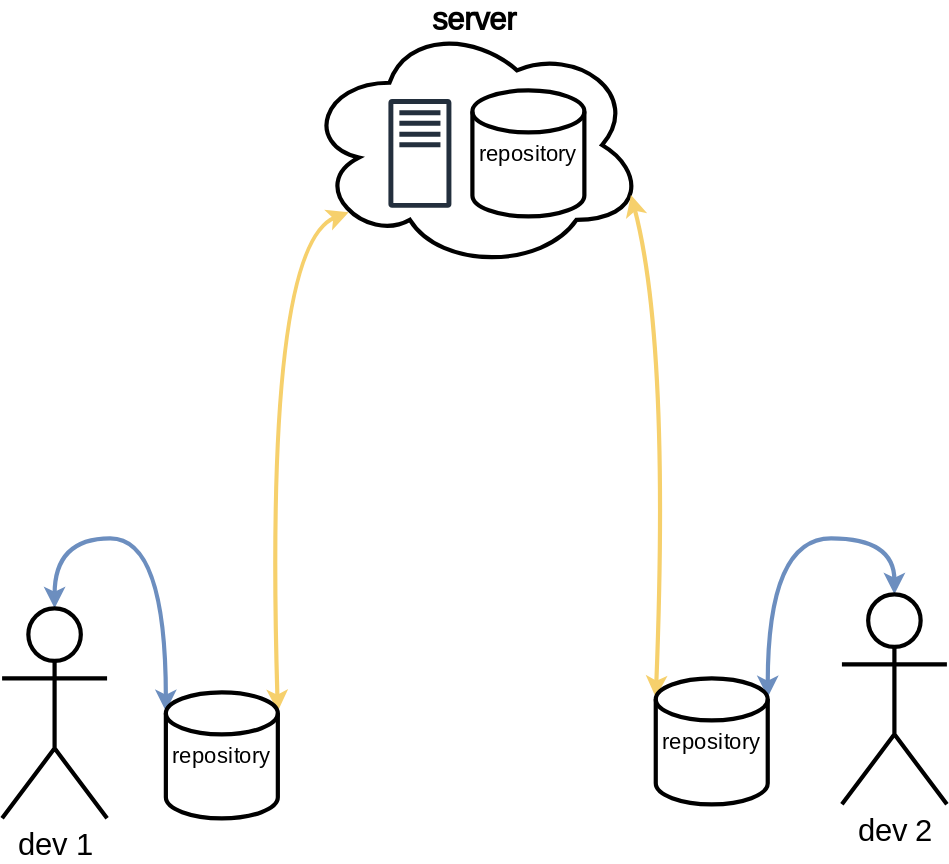
Before: public/vcs-comparison-decentralized.svg, a diagram exported from draw.io (tvannoy/intro-to-git). Source tidied: cells renumbered, new cells last; positions are measured from the earlier drawing's top-left corner, leaving out a move shared by most shapes. Source of this version:
```xml
<mxGraphModel>
  <root>
    <mxCell id="0" />
    <mxCell id="1" parent="0" />
    <mxCell id="2" style="group;" parent="1" vertex="1">
      <mxGeometry x="216" width="243" height="178" as="geometry" />
    </mxCell>
    <mxCell id="3" value="server" style="ellipse;shape=cloud;whiteSpace=wrap;html=1;fillColor=none;strokeWidth=3;fontSize=22;fontFamily=Source Sans Pro;fontSource=https%3A%2F%2Ffonts.googleapis.com%2Fcss%3Ffamily%3DSource%2BSans%2BPro;labelPosition=center;verticalLabelPosition=top;align=center;verticalAlign=bottom;fontStyle=1;spacingBottom=-15;" parent="2" vertex="1">
      <mxGeometry width="243" height="178" as="geometry" />
    </mxCell>
    <mxCell id="4" style="sketch=0;fontColor=#232F3E;gradientColor=none;fillColor=#232F3D;strokeColor=none;dashed=0;verticalLabelPosition=bottom;verticalAlign=top;align=center;html=1;fontSize=12;fontStyle=0;shape=mxgraph.aws4.traditional_server;" parent="2" vertex="1">
      <mxGeometry x="60" y="56" width="45" height="78" as="geometry" />
    </mxCell>
    <mxCell id="5" value="repository" style="strokeWidth=3;html=1;shape=mxgraph.flowchart.database;whiteSpace=wrap;fillColor=none;fontFamily=Source Sans Pro;fontSource=https%3A%2F%2Ffonts.googleapis.com%2Fcss%3Ffamily%3DSource%2BSans%2BPro;fontSize=16;" parent="2" vertex="1">
      <mxGeometry x="120" y="50" width="80" height="90" as="geometry" />
    </mxCell>
    <mxCell id="6" style="jettySize=auto;html=1;exitX=1;exitY=0.15;exitDx=0;exitDy=0;exitPerimeter=0;entryX=0.13;entryY=0.77;entryDx=0;entryDy=0;entryPerimeter=0;fontFamily=Source Sans Pro;fontSource=https%3A%2F%2Ffonts.googleapis.com%2Fcss%3Ffamily%3DSource%2BSans%2BPro;fontSize=22;strokeColor=#F6D06C;targetPerimeterSpacing=-31;sourcePerimeterSpacing=0;strokeWidth=3;shadow=0;sketch=0;startArrow=classic;startFill=1;curved=1;endSize=6;" parent="1" edge="1" source="12" target="3">
      <mxGeometry relative="1" as="geometry">
        <Array as="points">
          <mxPoint x="187" y="160" />
        </Array>
      </mxGeometry>
    </mxCell>
    <mxCell id="7" style="edgeStyle=orthogonalEdgeStyle;curved=1;sketch=0;jettySize=auto;html=1;exitX=0.5;exitY=0;exitDx=0;exitDy=0;exitPerimeter=0;entryX=0;entryY=0.15;entryDx=0;entryDy=0;entryPerimeter=0;shadow=0;strokeColor=#6c8ebf;strokeWidth=3;fontFamily=Source Sans Pro;fontSource=https%3A%2F%2Ffonts.googleapis.com%2Fcss%3Ffamily%3DSource%2BSans%2BPro;fontSize=22;startArrow=classic;startFill=1;endSize=6;sourcePerimeterSpacing=0;targetPerimeterSpacing=-31;fillColor=#dae8fc;" parent="1" edge="1" source="8" target="12">
      <mxGeometry relative="1" as="geometry">
        <Array as="points">
          <mxPoint x="38" y="370" />
          <mxPoint x="117" y="370" />
        </Array>
      </mxGeometry>
    </mxCell>
    <mxCell id="8" value="dev 1" style="shape=umlActor;verticalLabelPosition=bottom;verticalAlign=top;html=1;outlineConnect=0;strokeWidth=3;fontFamily=Source Sans Pro;fontSource=https%3A%2F%2Ffonts.googleapis.com%2Fcss%3Ffamily%3DSource%2BSans%2BPro;fontSize=22;fillColor=none;" parent="1" vertex="1">
      <mxGeometry y="420" width="75" height="150" as="geometry" />
    </mxCell>
    <mxCell id="9" style="edgeStyle=none;curved=1;sketch=0;jettySize=auto;html=1;exitX=0;exitY=0.15;exitDx=0;exitDy=0;exitPerimeter=0;entryX=0.96;entryY=0.7;entryDx=0;entryDy=0;entryPerimeter=0;shadow=0;strokeColor=#F6D06C;strokeWidth=3;fontFamily=Source Sans Pro;fontSource=https%3A%2F%2Ffonts.googleapis.com%2Fcss%3Ffamily%3DSource%2BSans%2BPro;fontSize=22;startArrow=classic;startFill=1;endSize=6;sourcePerimeterSpacing=0;targetPerimeterSpacing=-31;" parent="1" edge="1" source="13" target="3">
      <mxGeometry relative="1" as="geometry">
        <Array as="points">
          <mxPoint x="477" y="230" />
        </Array>
      </mxGeometry>
    </mxCell>
    <mxCell id="10" style="edgeStyle=orthogonalEdgeStyle;curved=1;sketch=0;jettySize=auto;html=1;exitX=0.5;exitY=0;exitDx=0;exitDy=0;exitPerimeter=0;entryX=1;entryY=0.15;entryDx=0;entryDy=0;entryPerimeter=0;shadow=0;strokeColor=#6c8ebf;strokeWidth=3;fontFamily=Source Sans Pro;fontSource=https%3A%2F%2Ffonts.googleapis.com%2Fcss%3Ffamily%3DSource%2BSans%2BPro;fontSize=22;startArrow=classic;startFill=1;endSize=6;sourcePerimeterSpacing=0;targetPerimeterSpacing=-31;fillColor=#dae8fc;" parent="1" edge="1" source="11" target="13">
      <mxGeometry relative="1" as="geometry">
        <Array as="points">
          <mxPoint x="638" y="370" />
          <mxPoint x="547" y="370" />
        </Array>
      </mxGeometry>
    </mxCell>
    <mxCell id="11" value="dev 2" style="shape=umlActor;verticalLabelPosition=bottom;verticalAlign=top;html=1;outlineConnect=0;strokeWidth=3;fontFamily=Source Sans Pro;fontSource=https%3A%2F%2Ffonts.googleapis.com%2Fcss%3Ffamily%3DSource%2BSans%2BPro;fontSize=22;fillColor=none;" parent="1" vertex="1">
      <mxGeometry x="600" y="410" width="75" height="150" as="geometry" />
    </mxCell>
    <mxCell id="12" value="repository" style="strokeWidth=3;html=1;shape=mxgraph.flowchart.database;whiteSpace=wrap;fillColor=none;fontFamily=Source Sans Pro;fontSource=https%3A%2F%2Ffonts.googleapis.com%2Fcss%3Ffamily%3DSource%2BSans%2BPro;fontSize=16;" parent="1" vertex="1">
      <mxGeometry x="117" y="480" width="80" height="90" as="geometry" />
    </mxCell>
    <mxCell id="13" value="repository" style="strokeWidth=3;html=1;shape=mxgraph.flowchart.database;whiteSpace=wrap;fillColor=none;fontFamily=Source Sans Pro;fontSource=https%3A%2F%2Ffonts.googleapis.com%2Fcss%3Ffamily%3DSource%2BSans%2BPro;fontSize=16;" parent="1" vertex="1">
      <mxGeometry x="467" y="470" width="80" height="90" as="geometry" />
    </mxCell>
  </root>
</mxGraphModel>
```
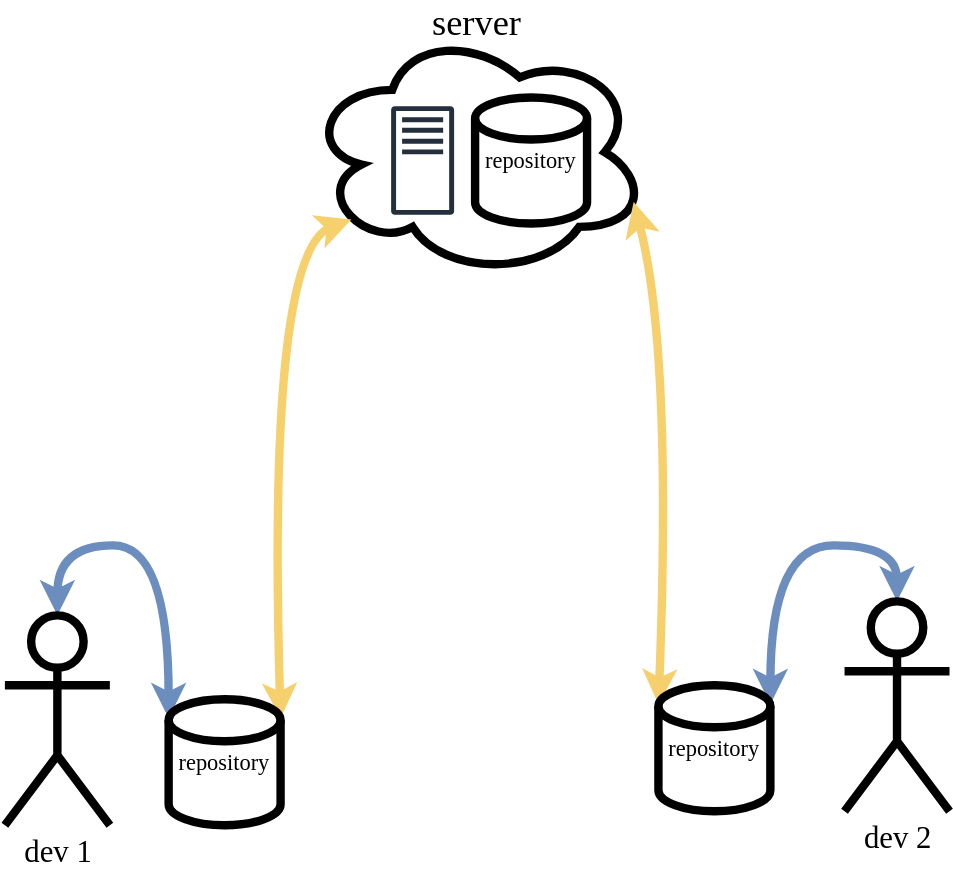
The same file after the commit.

Commit message:
make vcs comparison figure bolder

The edit, as a diff of the source:
```diff
@@ -2,26 +2,26 @@
   <root>
     <mxCell id="0" />
     <mxCell id="1" parent="0" />
-    <mxCell id="2" style="group;" parent="1" vertex="1">
+    <mxCell id="2" style="group;strokeWidth=6;" parent="1" vertex="1">
       <mxGeometry x="216" width="243" height="178" as="geometry" />
     </mxCell>
-    <mxCell id="3" value="server" style="ellipse;shape=cloud;whiteSpace=wrap;html=1;fillColor=none;strokeWidth=3;fontSize=22;fontFamily=Source Sans Pro;fontSource=https%3A%2F%2Ffonts.googleapis.com%2Fcss%3Ffamily%3DSource%2BSans%2BPro;labelPosition=center;verticalLabelPosition=top;align=center;verticalAlign=bottom;fontStyle=1;spacingBottom=-15;" parent="2" vertex="1">
+    <mxCell id="3" value="&lt;font style=&quot;font-size: 26px; font-weight: normal;&quot;&gt;server&lt;/font&gt;" style="ellipse;shape=cloud;whiteSpace=wrap;html=1;fillColor=none;strokeWidth=6;fontSize=22;fontFamily=Source Sans Pro;fontSource=https%3A%2F%2Ffonts.googleapis.com%2Fcss%3Ffamily%3DSource%2BSans%2BPro;labelPosition=center;verticalLabelPosition=top;align=center;verticalAlign=bottom;fontStyle=1;spacingBottom=-15;" parent="2" vertex="1">
       <mxGeometry width="243" height="178" as="geometry" />
     </mxCell>
-    <mxCell id="4" style="sketch=0;fontColor=#232F3E;gradientColor=none;fillColor=#232F3D;strokeColor=none;dashed=0;verticalLabelPosition=bottom;verticalAlign=top;align=center;html=1;fontSize=12;fontStyle=0;shape=mxgraph.aws4.traditional_server;" parent="2" vertex="1">
+    <mxCell id="4" style="sketch=0;fontColor=#232F3E;gradientColor=none;fillColor=#232F3D;strokeColor=none;dashed=0;verticalLabelPosition=bottom;verticalAlign=top;align=center;html=1;fontSize=12;fontStyle=0;shape=mxgraph.aws4.traditional_server;strokeWidth=6;" parent="2" vertex="1">
       <mxGeometry x="60" y="56" width="45" height="78" as="geometry" />
     </mxCell>
-    <mxCell id="5" value="repository" style="strokeWidth=3;html=1;shape=mxgraph.flowchart.database;whiteSpace=wrap;fillColor=none;fontFamily=Source Sans Pro;fontSource=https%3A%2F%2Ffonts.googleapis.com%2Fcss%3Ffamily%3DSource%2BSans%2BPro;fontSize=16;" parent="2" vertex="1">
+    <mxCell id="5" value="repository" style="strokeWidth=6;html=1;shape=mxgraph.flowchart.database;whiteSpace=wrap;fillColor=none;fontFamily=Source Sans Pro;fontSource=https%3A%2F%2Ffonts.googleapis.com%2Fcss%3Ffamily%3DSource%2BSans%2BPro;fontSize=16;" parent="2" vertex="1">
       <mxGeometry x="120" y="50" width="80" height="90" as="geometry" />
     </mxCell>
-    <mxCell id="6" style="jettySize=auto;html=1;exitX=1;exitY=0.15;exitDx=0;exitDy=0;exitPerimeter=0;entryX=0.13;entryY=0.77;entryDx=0;entryDy=0;entryPerimeter=0;fontFamily=Source Sans Pro;fontSource=https%3A%2F%2Ffonts.googleapis.com%2Fcss%3Ffamily%3DSource%2BSans%2BPro;fontSize=22;strokeColor=#F6D06C;targetPerimeterSpacing=-31;sourcePerimeterSpacing=0;strokeWidth=3;shadow=0;sketch=0;startArrow=classic;startFill=1;curved=1;endSize=6;" parent="1" edge="1" source="12" target="3">
+    <mxCell id="6" style="jettySize=auto;html=1;exitX=1;exitY=0.15;exitDx=0;exitDy=0;exitPerimeter=0;entryX=0.13;entryY=0.77;entryDx=0;entryDy=0;entryPerimeter=0;fontFamily=Source Sans Pro;fontSource=https%3A%2F%2Ffonts.googleapis.com%2Fcss%3Ffamily%3DSource%2BSans%2BPro;fontSize=22;strokeColor=#F6D06C;targetPerimeterSpacing=-31;sourcePerimeterSpacing=0;strokeWidth=6;shadow=0;sketch=0;startArrow=classic;startFill=1;curved=1;endSize=6;" parent="1" edge="1" source="12" target="3">
       <mxGeometry relative="1" as="geometry">
         <Array as="points">
           <mxPoint x="187" y="160" />
         </Array>
       </mxGeometry>
     </mxCell>
-    <mxCell id="7" style="edgeStyle=orthogonalEdgeStyle;curved=1;sketch=0;jettySize=auto;html=1;exitX=0.5;exitY=0;exitDx=0;exitDy=0;exitPerimeter=0;entryX=0;entryY=0.15;entryDx=0;entryDy=0;entryPerimeter=0;shadow=0;strokeColor=#6c8ebf;strokeWidth=3;fontFamily=Source Sans Pro;fontSource=https%3A%2F%2Ffonts.googleapis.com%2Fcss%3Ffamily%3DSource%2BSans%2BPro;fontSize=22;startArrow=classic;startFill=1;endSize=6;sourcePerimeterSpacing=0;targetPerimeterSpacing=-31;fillColor=#dae8fc;" parent="1" edge="1" source="8" target="12">
+    <mxCell id="7" style="edgeStyle=orthogonalEdgeStyle;curved=1;sketch=0;jettySize=auto;html=1;exitX=0.5;exitY=0;exitDx=0;exitDy=0;exitPerimeter=0;entryX=0;entryY=0.15;entryDx=0;entryDy=0;entryPerimeter=0;shadow=0;strokeColor=#6c8ebf;strokeWidth=6;fontFamily=Source Sans Pro;fontSource=https%3A%2F%2Ffonts.googleapis.com%2Fcss%3Ffamily%3DSource%2BSans%2BPro;fontSize=22;startArrow=classic;startFill=1;endSize=6;sourcePerimeterSpacing=0;targetPerimeterSpacing=-31;fillColor=#dae8fc;" parent="1" edge="1" source="8" target="12">
       <mxGeometry relative="1" as="geometry">
         <Array as="points">
           <mxPoint x="38" y="370" />
@@ -29,17 +29,17 @@
         </Array>
       </mxGeometry>
     </mxCell>
-    <mxCell id="8" value="dev 1" style="shape=umlActor;verticalLabelPosition=bottom;verticalAlign=top;html=1;outlineConnect=0;strokeWidth=3;fontFamily=Source Sans Pro;fontSource=https%3A%2F%2Ffonts.googleapis.com%2Fcss%3Ffamily%3DSource%2BSans%2BPro;fontSize=22;fillColor=none;" parent="1" vertex="1">
+    <mxCell id="8" value="dev 1" style="shape=umlActor;verticalLabelPosition=bottom;verticalAlign=top;html=1;outlineConnect=0;strokeWidth=6;fontFamily=Source Sans Pro;fontSource=https%3A%2F%2Ffonts.googleapis.com%2Fcss%3Ffamily%3DSource%2BSans%2BPro;fontSize=22;fillColor=none;" parent="1" vertex="1">
       <mxGeometry y="420" width="75" height="150" as="geometry" />
     </mxCell>
-    <mxCell id="9" style="edgeStyle=none;curved=1;sketch=0;jettySize=auto;html=1;exitX=0;exitY=0.15;exitDx=0;exitDy=0;exitPerimeter=0;entryX=0.96;entryY=0.7;entryDx=0;entryDy=0;entryPerimeter=0;shadow=0;strokeColor=#F6D06C;strokeWidth=3;fontFamily=Source Sans Pro;fontSource=https%3A%2F%2Ffonts.googleapis.com%2Fcss%3Ffamily%3DSource%2BSans%2BPro;fontSize=22;startArrow=classic;startFill=1;endSize=6;sourcePerimeterSpacing=0;targetPerimeterSpacing=-31;" parent="1" edge="1" source="13" target="3">
+    <mxCell id="9" style="edgeStyle=none;curved=1;sketch=0;jettySize=auto;html=1;exitX=0;exitY=0.15;exitDx=0;exitDy=0;exitPerimeter=0;entryX=0.96;entryY=0.7;entryDx=0;entryDy=0;entryPerimeter=0;shadow=0;strokeColor=#F6D06C;strokeWidth=6;fontFamily=Source Sans Pro;fontSource=https%3A%2F%2Ffonts.googleapis.com%2Fcss%3Ffamily%3DSource%2BSans%2BPro;fontSize=22;startArrow=classic;startFill=1;endSize=6;sourcePerimeterSpacing=0;targetPerimeterSpacing=-31;" parent="1" edge="1" source="13" target="3">
       <mxGeometry relative="1" as="geometry">
         <Array as="points">
           <mxPoint x="477" y="230" />
         </Array>
       </mxGeometry>
     </mxCell>
-    <mxCell id="10" style="edgeStyle=orthogonalEdgeStyle;curved=1;sketch=0;jettySize=auto;html=1;exitX=0.5;exitY=0;exitDx=0;exitDy=0;exitPerimeter=0;entryX=1;entryY=0.15;entryDx=0;entryDy=0;entryPerimeter=0;shadow=0;strokeColor=#6c8ebf;strokeWidth=3;fontFamily=Source Sans Pro;fontSource=https%3A%2F%2Ffonts.googleapis.com%2Fcss%3Ffamily%3DSource%2BSans%2BPro;fontSize=22;startArrow=classic;startFill=1;endSize=6;sourcePerimeterSpacing=0;targetPerimeterSpacing=-31;fillColor=#dae8fc;" parent="1" edge="1" source="11" target="13">
+    <mxCell id="10" style="edgeStyle=orthogonalEdgeStyle;curved=1;sketch=0;jettySize=auto;html=1;exitX=0.5;exitY=0;exitDx=0;exitDy=0;exitPerimeter=0;entryX=1;entryY=0.15;entryDx=0;entryDy=0;entryPerimeter=0;shadow=0;strokeColor=#6c8ebf;strokeWidth=6;fontFamily=Source Sans Pro;fontSource=https%3A%2F%2Ffonts.googleapis.com%2Fcss%3Ffamily%3DSource%2BSans%2BPro;fontSize=22;startArrow=classic;startFill=1;endSize=6;sourcePerimeterSpacing=0;targetPerimeterSpacing=-31;fillColor=#dae8fc;" parent="1" edge="1" source="11" target="13">
       <mxGeometry relative="1" as="geometry">
         <Array as="points">
           <mxPoint x="638" y="370" />
@@ -47,13 +47,13 @@
         </Array>
       </mxGeometry>
     </mxCell>
-    <mxCell id="11" value="dev 2" style="shape=umlActor;verticalLabelPosition=bottom;verticalAlign=top;html=1;outlineConnect=0;strokeWidth=3;fontFamily=Source Sans Pro;fontSource=https%3A%2F%2Ffonts.googleapis.com%2Fcss%3Ffamily%3DSource%2BSans%2BPro;fontSize=22;fillColor=none;" parent="1" vertex="1">
+    <mxCell id="11" value="dev 2" style="shape=umlActor;verticalLabelPosition=bottom;verticalAlign=top;html=1;outlineConnect=0;strokeWidth=6;fontFamily=Source Sans Pro;fontSource=https%3A%2F%2Ffonts.googleapis.com%2Fcss%3Ffamily%3DSource%2BSans%2BPro;fontSize=22;fillColor=none;" parent="1" vertex="1">
       <mxGeometry x="600" y="410" width="75" height="150" as="geometry" />
     </mxCell>
-    <mxCell id="12" value="repository" style="strokeWidth=3;html=1;shape=mxgraph.flowchart.database;whiteSpace=wrap;fillColor=none;fontFamily=Source Sans Pro;fontSource=https%3A%2F%2Ffonts.googleapis.com%2Fcss%3Ffamily%3DSource%2BSans%2BPro;fontSize=16;" parent="1" vertex="1">
+    <mxCell id="12" value="repository" style="strokeWidth=6;html=1;shape=mxgraph.flowchart.database;whiteSpace=wrap;fillColor=none;fontFamily=Source Sans Pro;fontSource=https%3A%2F%2Ffonts.googleapis.com%2Fcss%3Ffamily%3DSource%2BSans%2BPro;fontSize=16;" parent="1" vertex="1">
       <mxGeometry x="117" y="480" width="80" height="90" as="geometry" />
     </mxCell>
-    <mxCell id="13" value="repository" style="strokeWidth=3;html=1;shape=mxgraph.flowchart.database;whiteSpace=wrap;fillColor=none;fontFamily=Source Sans Pro;fontSource=https%3A%2F%2Ffonts.googleapis.com%2Fcss%3Ffamily%3DSource%2BSans%2BPro;fontSize=16;" parent="1" vertex="1">
+    <mxCell id="13" value="repository" style="strokeWidth=6;html=1;shape=mxgraph.flowchart.database;whiteSpace=wrap;fillColor=none;fontFamily=Source Sans Pro;fontSource=https%3A%2F%2Ffonts.googleapis.com%2Fcss%3Ffamily%3DSource%2BSans%2BPro;fontSize=16;" parent="1" vertex="1">
       <mxGeometry x="467" y="470" width="80" height="90" as="geometry" />
     </mxCell>
   </root>
```
